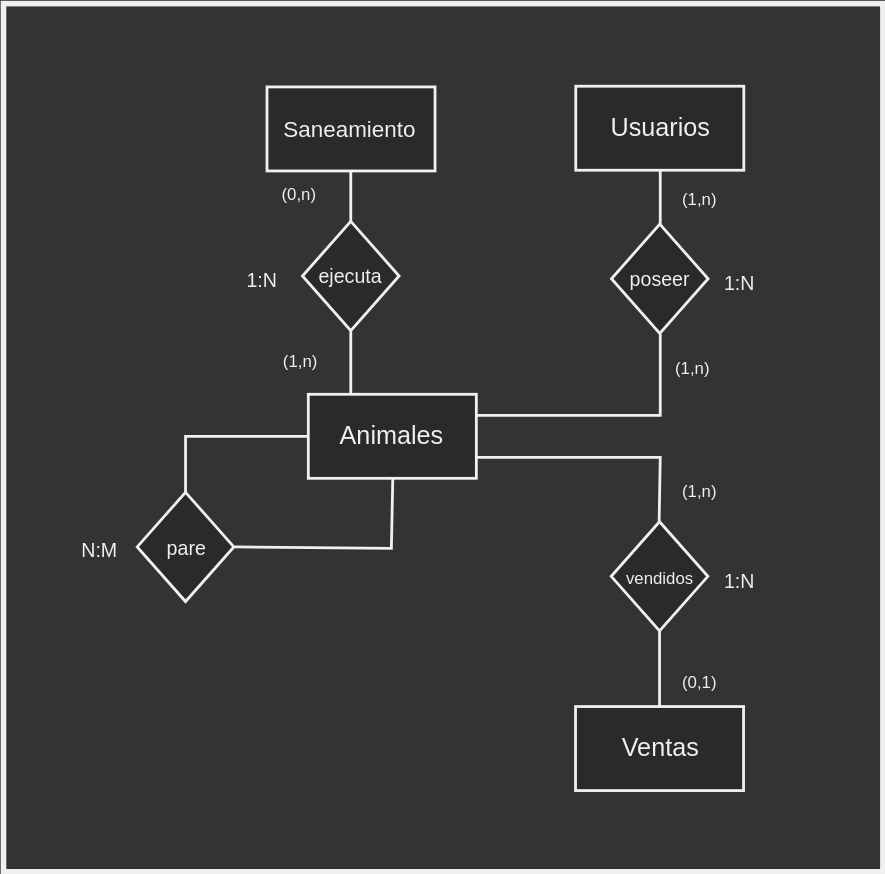
NachoAlmaraz/cattman keeps this draw.io diagram as diagram/entity-relationship-1.svg. Above is the earlier version. Source tidied: cells renumbered, new cells last; positions are measured from the earlier drawing's top-left corner, leaving out a move shared by most shapes.
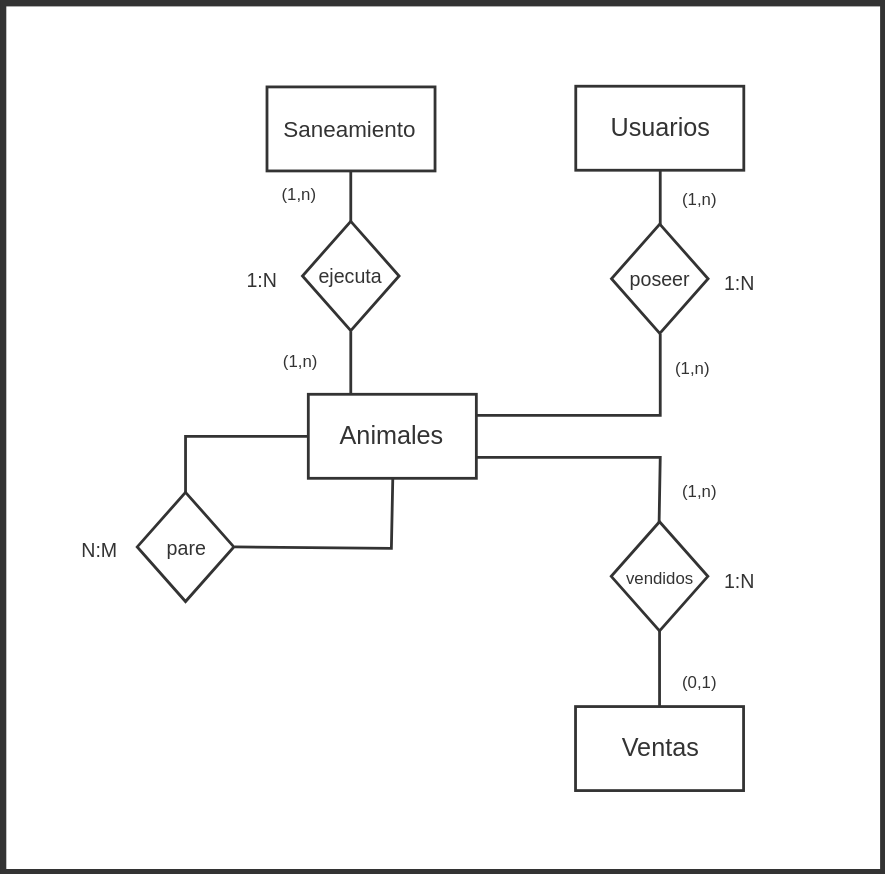
The same file after the commit.

Commit message:
Update entity relationship model and create a relationship model.

The edit, as a diff of the source:
```diff
@@ -2,16 +2,16 @@
   <root>
     <mxCell id="0" />
     <mxCell id="1" parent="0" />
-    <mxCell id="2" value="&amp;nbsp;&amp;nbsp;" style="rounded=0;whiteSpace=wrap;html=1;strokeWidth=4;fillColor=none;" parent="1" vertex="1">
+    <mxCell id="2" value="&amp;nbsp;&amp;nbsp;" style="rounded=0;whiteSpace=wrap;html=1;strokeWidth=4;fillColor=#ffffff;strokeColor=#333333;" parent="1" vertex="1">
       <mxGeometry width="628" height="620" as="geometry" />
     </mxCell>
-    <mxCell id="3" value="&lt;font style=&quot;font-size: 18px&quot;&gt;Usuarios&lt;/font&gt;&lt;br&gt;" style="rounded=0;whiteSpace=wrap;html=1;strokeWidth=2;" parent="1" vertex="1">
+    <mxCell id="3" value="&lt;font style=&quot;font-size: 18px&quot; color=&quot;#333333&quot;&gt;Usuarios&lt;/font&gt;&lt;br&gt;" style="rounded=0;whiteSpace=wrap;html=1;strokeWidth=2;fillColor=#FFFFFF;strokeColor=#333333;" parent="1" vertex="1">
       <mxGeometry x="408.7" y="59" width="120" height="60" as="geometry" />
     </mxCell>
-    <mxCell id="4" value="(1,n)" style="text;html=1;align=left;verticalAlign=top;spacingTop=-4;" parent="1" vertex="1">
-      <mxGeometry x="483.2" y="129.5" width="40" height="20" as="geometry" />
+    <mxCell id="4" value="&lt;font color=&quot;#333333&quot;&gt;(1,n)&lt;/font&gt;" style="text;html=1;align=left;verticalAlign=top;spacingTop=-4;" parent="1" vertex="1">
+      <mxGeometry x="483.2" y="129.5" width="35" height="14" as="geometry" />
     </mxCell>
-    <mxCell id="5" style="edgeStyle=none;rounded=0;html=1;exitX=1;exitY=0.75;endArrow=none;endFill=0;jettySize=auto;strokeWidth=2;" parent="1" edge="1" source="7">
+    <mxCell id="5" style="edgeStyle=none;rounded=0;html=1;exitX=1;exitY=0.75;endArrow=none;endFill=0;jettySize=auto;strokeWidth=2;strokeColor=#333333;" parent="1" edge="1" source="7">
       <mxGeometry relative="1" as="geometry">
         <mxPoint x="468" y="381" as="targetPoint" />
         <Array as="points">
@@ -19,81 +19,81 @@
         </Array>
       </mxGeometry>
     </mxCell>
-    <mxCell id="6" style="edgeStyle=none;rounded=0;html=1;exitX=1;exitY=0.25;entryX=0.5;entryY=1;endArrow=none;endFill=0;jettySize=auto;strokeWidth=2;" parent="1" edge="1" source="7" target="9">
+    <mxCell id="6" style="edgeStyle=none;rounded=0;html=1;exitX=1;exitY=0.25;entryX=0.5;entryY=1;endArrow=none;endFill=0;jettySize=auto;strokeWidth=2;strokeColor=#333333;" parent="1" edge="1" source="7" target="9">
       <mxGeometry relative="1" as="geometry">
         <Array as="points">
           <mxPoint x="469" y="294" />
         </Array>
       </mxGeometry>
     </mxCell>
-    <mxCell id="7" value="&lt;span style=&quot;font-size: 18px&quot;&gt;Animales&lt;/span&gt;" style="rounded=0;whiteSpace=wrap;html=1;strokeWidth=2;" parent="1" vertex="1">
+    <mxCell id="7" value="&lt;span style=&quot;font-size: 18px&quot;&gt;&lt;font color=&quot;#333333&quot;&gt;Animales&lt;/font&gt;&lt;/span&gt;" style="rounded=0;whiteSpace=wrap;html=1;strokeWidth=2;fillColor=#FFFFFF;strokeColor=#333333;" parent="1" vertex="1">
       <mxGeometry x="217.7" y="279" width="120" height="60" as="geometry" />
     </mxCell>
-    <mxCell id="8" value="(1,n)" style="text;html=1;align=left;verticalAlign=top;spacingTop=-4;" parent="1" vertex="1">
-      <mxGeometry x="478.2" y="250.5" width="40" height="20" as="geometry" />
+    <mxCell id="8" value="&lt;font color=&quot;#333333&quot;&gt;(1,n)&lt;/font&gt;" style="text;html=1;align=left;verticalAlign=top;spacingTop=-4;" parent="1" vertex="1">
+      <mxGeometry x="478.2" y="250.5" width="35" height="14" as="geometry" />
     </mxCell>
-    <mxCell id="9" value="poseer" style="shape=rhombus;strokeWidth=2;fontSize=17;perimeter=rhombusPerimeter;whiteSpace=wrap;html=1;align=center;fontSize=14;" parent="1" vertex="1">
+    <mxCell id="9" value="&lt;font color=&quot;#333333&quot;&gt;poseer&lt;/font&gt;" style="shape=rhombus;strokeWidth=2;fontSize=12;perimeter=rhombusPerimeter;whiteSpace=wrap;html=1;align=center;fontSize=14;fillColor=#FFFFFF;strokeColor=#333333;" parent="1" vertex="1">
       <mxGeometry x="434.2" y="157.5" width="69" height="78" as="geometry" />
     </mxCell>
-    <mxCell id="10" value="&lt;font style=&quot;font-size: 14px&quot;&gt;1:N&lt;/font&gt;" style="text;html=1;align=left;verticalAlign=top;spacingTop=-4;" parent="1" vertex="1">
+    <mxCell id="10" value="&lt;font style=&quot;font-size: 14px&quot; color=&quot;#333333&quot;&gt;1:N&lt;/font&gt;" style="text;html=1;align=left;verticalAlign=top;spacingTop=-4;" parent="1" vertex="1">
       <mxGeometry x="512.7" y="189" width="32" height="15" as="geometry" />
     </mxCell>
-    <mxCell id="11" style="endArrow=none;html=1;exitDx=0;exitDy=0;entryX=0.5;entryY=1;exitX=1;exitY=0.5;strokeWidth=2;rounded=0;endFill=0;" parent="1" edge="1" source="13" target="7">
+    <mxCell id="11" style="endArrow=none;html=1;exitDx=0;exitDy=0;entryX=0.5;entryY=1;exitX=1;exitY=0.5;strokeWidth=2;rounded=0;endFill=0;strokeColor=#333333;" parent="1" edge="1" source="13" target="7">
       <mxGeometry relative="1" as="geometry">
         <Array as="points">
           <mxPoint x="277" y="389" />
         </Array>
       </mxGeometry>
     </mxCell>
-    <mxCell id="12" style="endArrow=none;html=1;exitX=0.5;exitY=0;entryX=0.5;entryY=1;strokeWidth=2;" parent="1" edge="1" source="9" target="3">
+    <mxCell id="12" style="endArrow=none;html=1;exitX=0.5;exitY=0;entryX=0.5;entryY=1;strokeWidth=2;strokeColor=#333333;" parent="1" edge="1" source="9" target="3">
       <mxGeometry relative="1" as="geometry" />
     </mxCell>
-    <mxCell id="13" value="&lt;font style=&quot;font-size: 14px&quot;&gt;pare&lt;/font&gt;" style="shape=rhombus;strokeWidth=2;fontSize=17;perimeter=rhombusPerimeter;whiteSpace=wrap;html=1;align=center;fontSize=14;" parent="1" vertex="1">
+    <mxCell id="13" value="&lt;font style=&quot;font-size: 14px&quot; color=&quot;#333333&quot;&gt;pare&lt;/font&gt;" style="shape=rhombus;strokeWidth=2;fontSize=17;perimeter=rhombusPerimeter;whiteSpace=wrap;html=1;align=center;fontSize=14;fillColor=#FFFFFF;strokeColor=#333333;" parent="1" vertex="1">
       <mxGeometry x="95.5" y="349" width="69" height="78" as="geometry" />
     </mxCell>
-    <mxCell id="14" style="edgeStyle=orthogonalEdgeStyle;rounded=0;html=1;jettySize=auto;endArrow=none;endFill=0;strokeWidth=2;" parent="1" edge="1" source="7" target="13">
+    <mxCell id="14" style="edgeStyle=orthogonalEdgeStyle;rounded=0;html=1;jettySize=auto;endArrow=none;endFill=0;strokeWidth=2;strokeColor=#333333;" parent="1" edge="1" source="7" target="13">
       <mxGeometry relative="1" as="geometry" />
     </mxCell>
-    <mxCell id="15" style="edgeStyle=orthogonalEdgeStyle;rounded=0;html=1;jettySize=auto;endArrow=none;endFill=0;strokeWidth=2;" parent="1" edge="1" source="17" target="16">
+    <mxCell id="15" style="edgeStyle=orthogonalEdgeStyle;rounded=0;html=1;jettySize=auto;endArrow=none;endFill=0;strokeWidth=2;strokeColor=#333333;" parent="1" edge="1" source="17" target="16">
       <mxGeometry relative="1" as="geometry" />
     </mxCell>
-    <mxCell id="16" value="&lt;span style=&quot;font-size: 18px&quot;&gt;Ventas&lt;/span&gt;" style="rounded=0;whiteSpace=wrap;html=1;strokeWidth=2;" parent="1" vertex="1">
+    <mxCell id="16" value="&lt;span style=&quot;font-size: 18px&quot;&gt;&lt;font color=&quot;#333333&quot;&gt;Ventas&lt;/font&gt;&lt;/span&gt;" style="rounded=0;whiteSpace=wrap;html=1;strokeWidth=2;fillColor=#FFFFFF;strokeColor=#333333;" parent="1" vertex="1">
       <mxGeometry x="408.5" y="502" width="120" height="60" as="geometry" />
     </mxCell>
-    <mxCell id="17" value="&lt;font style=&quot;font-size: 12px&quot;&gt;vendidos&lt;/font&gt;" style="shape=rhombus;strokeWidth=2;fontSize=17;perimeter=rhombusPerimeter;whiteSpace=wrap;html=1;align=center;fontSize=14;" parent="1" vertex="1">
+    <mxCell id="17" value="&lt;font style=&quot;font-size: 12px&quot; color=&quot;#333333&quot;&gt;vendidos&lt;/font&gt;" style="shape=rhombus;strokeWidth=2;fontSize=17;perimeter=rhombusPerimeter;whiteSpace=wrap;html=1;align=center;fontSize=14;fillColor=#FFFFFF;strokeColor=#333333;" parent="1" vertex="1">
       <mxGeometry x="434" y="370" width="69" height="78" as="geometry" />
     </mxCell>
-    <mxCell id="18" value="&lt;font style=&quot;font-size: 14px&quot;&gt;N:M&lt;/font&gt;" style="text;html=1;align=left;verticalAlign=top;spacingTop=-4;" parent="1" vertex="1">
+    <mxCell id="18" value="&lt;font style=&quot;font-size: 14px&quot; color=&quot;#333333&quot;&gt;N:M&lt;/font&gt;" style="text;html=1;align=left;verticalAlign=top;spacingTop=-4;" parent="1" vertex="1">
       <mxGeometry x="53.5" y="380" width="36" height="15" as="geometry" />
     </mxCell>
-    <mxCell id="19" value="&lt;font style=&quot;font-size: 14px&quot;&gt;1:N&lt;/font&gt;" style="text;html=1;align=left;verticalAlign=top;spacingTop=-4;" parent="1" vertex="1">
+    <mxCell id="19" value="&lt;font style=&quot;font-size: 14px&quot; color=&quot;#333333&quot;&gt;1:N&lt;/font&gt;" style="text;html=1;align=left;verticalAlign=top;spacingTop=-4;" parent="1" vertex="1">
       <mxGeometry x="512.5" y="401.5" width="32" height="15" as="geometry" />
     </mxCell>
-    <mxCell id="20" value="(1,n)" style="text;html=1;align=left;verticalAlign=top;spacingTop=-4;" parent="1" vertex="1">
+    <mxCell id="20" value="&lt;font color=&quot;#333333&quot;&gt;(1,n)&lt;/font&gt;" style="text;html=1;align=left;verticalAlign=top;spacingTop=-4;" parent="1" vertex="1">
       <mxGeometry x="483" y="339" width="35" height="14" as="geometry" />
     </mxCell>
-    <mxCell id="21" value="(0,1)" style="text;html=1;align=left;verticalAlign=top;spacingTop=-4;" parent="1" vertex="1">
-      <mxGeometry x="483" y="474.5" width="40" height="20" as="geometry" />
+    <mxCell id="21" value="&lt;font color=&quot;#333333&quot;&gt;(0,1)&lt;/font&gt;" style="text;html=1;align=left;verticalAlign=top;spacingTop=-4;" parent="1" vertex="1">
+      <mxGeometry x="483" y="474.5" width="35" height="14" as="geometry" />
     </mxCell>
-    <mxCell id="22" value="&lt;span style=&quot;font-size: 16px&quot;&gt;Saneamiento&lt;br&gt;&lt;/span&gt;" style="rounded=0;whiteSpace=wrap;html=1;strokeWidth=2;" parent="1" vertex="1">
+    <mxCell id="22" value="&lt;span style=&quot;font-size: 16px&quot;&gt;&lt;font color=&quot;#333333&quot;&gt;Saneamiento&lt;/font&gt;&lt;br&gt;&lt;/span&gt;" style="rounded=0;whiteSpace=wrap;html=1;strokeWidth=2;fillColor=#FFFFFF;strokeColor=#333333;" parent="1" vertex="1">
       <mxGeometry x="188.2" y="59.5" width="120" height="60" as="geometry" />
     </mxCell>
-    <mxCell id="23" value="ejecuta" style="shape=rhombus;strokeWidth=2;fontSize=17;perimeter=rhombusPerimeter;whiteSpace=wrap;html=1;align=center;fontSize=14;" parent="1" vertex="1">
+    <mxCell id="23" value="&lt;font color=&quot;#333333&quot;&gt;ejecuta&lt;/font&gt;" style="shape=rhombus;strokeWidth=2;fontSize=17;perimeter=rhombusPerimeter;whiteSpace=wrap;html=1;align=center;fontSize=14;fillColor=#FFFFFF;strokeColor=#333333;" parent="1" vertex="1">
       <mxGeometry x="213.5" y="155.5" width="69" height="78" as="geometry" />
     </mxCell>
-    <mxCell id="24" value="&lt;font style=&quot;font-size: 14px&quot;&gt;1:N&lt;/font&gt;" style="text;html=1;align=left;verticalAlign=top;spacingTop=-4;" parent="1" vertex="1">
+    <mxCell id="24" value="&lt;font style=&quot;font-size: 14px&quot; color=&quot;#333333&quot;&gt;1:N&lt;/font&gt;" style="text;html=1;align=left;verticalAlign=top;spacingTop=-4;" parent="1" vertex="1">
       <mxGeometry x="172.2" y="187" width="32" height="15" as="geometry" />
     </mxCell>
-    <mxCell id="25" value="(0,n)" style="text;html=1;align=left;verticalAlign=top;spacingTop=-4;" parent="1" vertex="1">
+    <mxCell id="25" value="&lt;font color=&quot;#333333&quot;&gt;(1,n)&lt;/font&gt;" style="text;html=1;align=left;verticalAlign=top;spacingTop=-4;" parent="1" vertex="1">
       <mxGeometry x="197.2" y="126.5" width="35" height="14" as="geometry" />
     </mxCell>
-    <mxCell id="26" value="(1,n)" style="text;html=1;align=left;verticalAlign=top;spacingTop=-4;" parent="1" vertex="1">
-      <mxGeometry x="197.7" y="246" width="40" height="20" as="geometry" />
+    <mxCell id="26" value="&lt;font color=&quot;#333333&quot;&gt;(1,n)&lt;/font&gt;" style="text;html=1;align=left;verticalAlign=top;spacingTop=-4;" parent="1" vertex="1">
+      <mxGeometry x="197.7" y="246" width="35" height="14" as="geometry" />
     </mxCell>
-    <mxCell id="27" style="rounded=0;html=1;exitX=0.25;exitY=0;entryX=0.5;entryY=1;endArrow=none;endFill=0;jettySize=auto;strokeWidth=2;" parent="1" edge="1" source="7" target="23">
+    <mxCell id="27" style="rounded=0;html=1;exitX=0.25;exitY=0;entryX=0.5;entryY=1;endArrow=none;endFill=0;jettySize=auto;strokeWidth=2;strokeColor=#333333;" parent="1" edge="1" source="7" target="23">
       <mxGeometry relative="1" as="geometry" />
     </mxCell>
-    <mxCell id="28" style="rounded=0;html=1;exitX=0.5;exitY=0;endArrow=none;endFill=0;jettySize=auto;strokeWidth=2;entryX=0.5;entryY=1;" parent="1" edge="1" source="23" target="22">
+    <mxCell id="28" style="rounded=0;html=1;exitX=0.5;exitY=0;endArrow=none;endFill=0;jettySize=auto;strokeWidth=2;entryX=0.5;entryY=1;strokeColor=#333333;" parent="1" edge="1" source="23" target="22">
       <mxGeometry relative="1" as="geometry" />
     </mxCell>
   </root>
```
